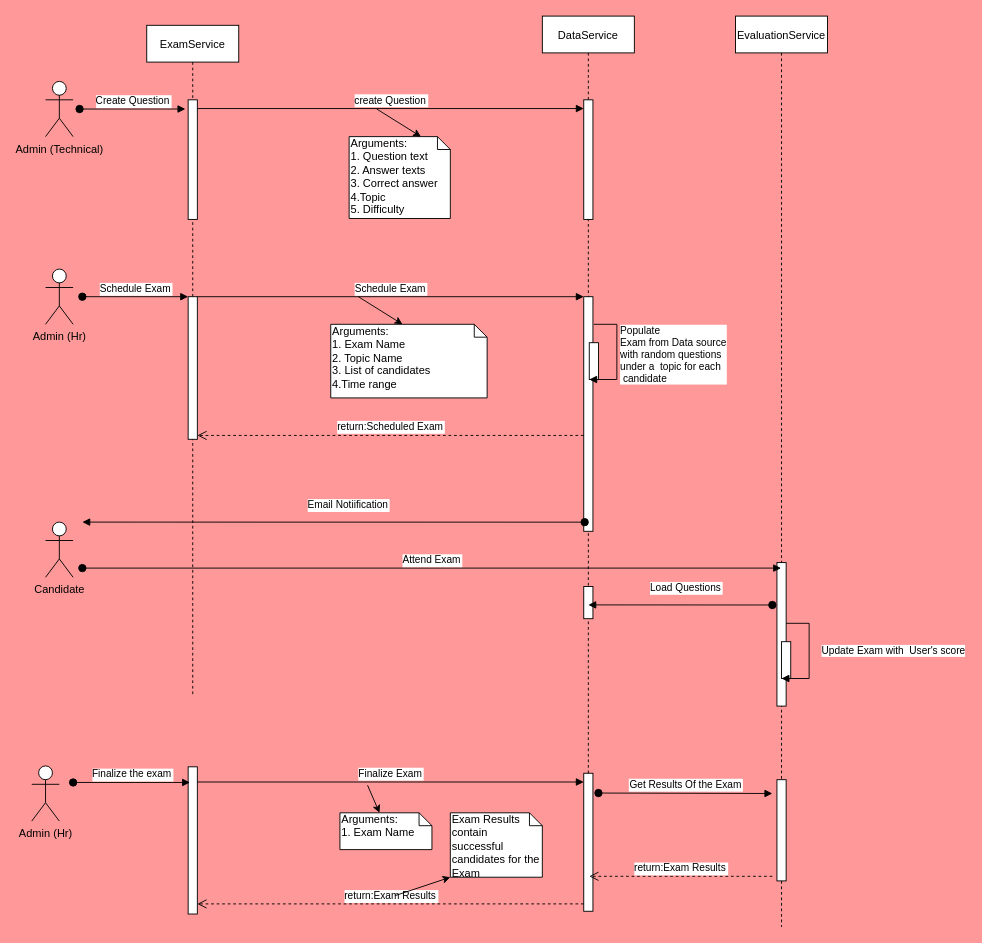
The draw.io diagram Design/drawio/Sequence.drawio in manussekhar/FastTrackExaminant, before the edit. Source tidied: cells renumbered, new cells numbered last; positions are measured from the earlier drawing's top-left corner, leaving out a move shared by most shapes. Both pictures are drawn from the tidied source at 92%, with x=0, y=0 at pixel (31, 16).
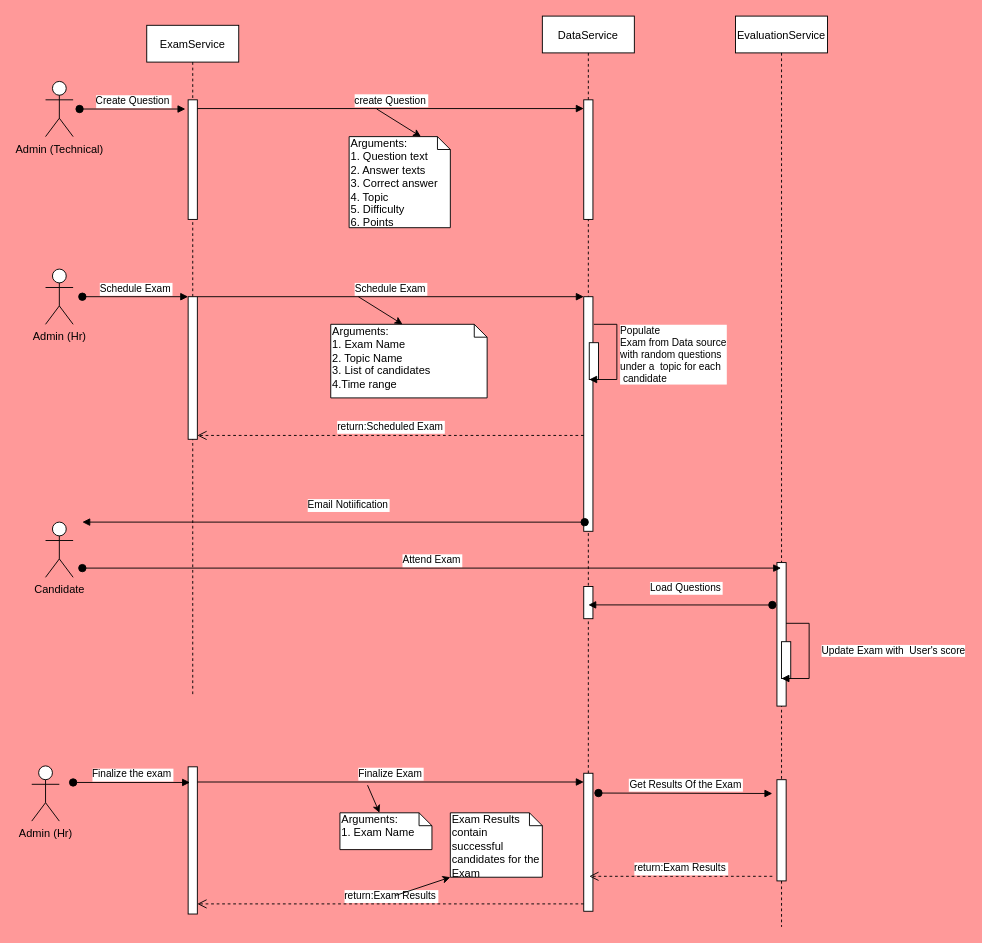
After the change.

Change to the diagram source:
```diff
@@
-    <mxCell id="30" value="Arguments:&lt;br&gt;1. Question text&lt;br&gt;2. Answer texts&lt;br&gt;3. Correct answer&lt;br&gt;4.Topic&lt;br&gt;5. Difficulty" style="shape=note;whiteSpace=wrap;html=1;size=14;verticalAlign=top;align=left;spacingTop=-6;" parent="1" vertex="1">
-      <mxGeometry x="345" y="131" width="110" height="89" as="geometry" />
+    <mxCell id="30" value="Arguments:&lt;br&gt;1. Question text&lt;br&gt;2. Answer texts&lt;br&gt;3. Correct answer&lt;br&gt;4. Topic&lt;br&gt;5. Difficulty&lt;br&gt;6. Points" style="shape=note;whiteSpace=wrap;html=1;size=14;verticalAlign=top;align=left;spacingTop=-6;" parent="1" vertex="1">
+      <mxGeometry x="345" y="131" width="110" height="99" as="geometry" />
     </mxCell>
```
